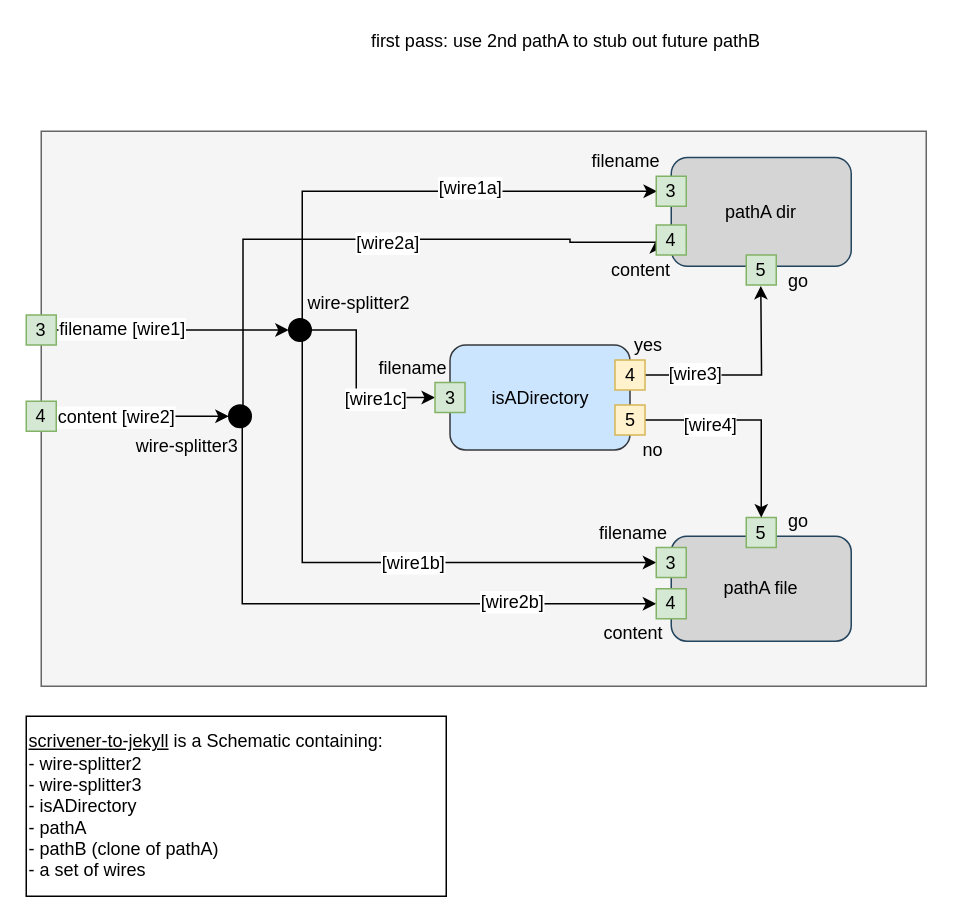
The draw.io diagram page "scrivener-to-jekyll" (1 of 8) of Implementation-Scrivener-to-Jekyll.drawio in guitarvydas/scrivener-to-jekyll, before the edit. Source tidied: cells renumbered, new cells numbered last; positions are measured from the earlier drawing's top-left corner, leaving out a move shared by most shapes. Both pictures are drawn from the tidied source at 150%, with x=0, y=0 at pixel (26, 26).
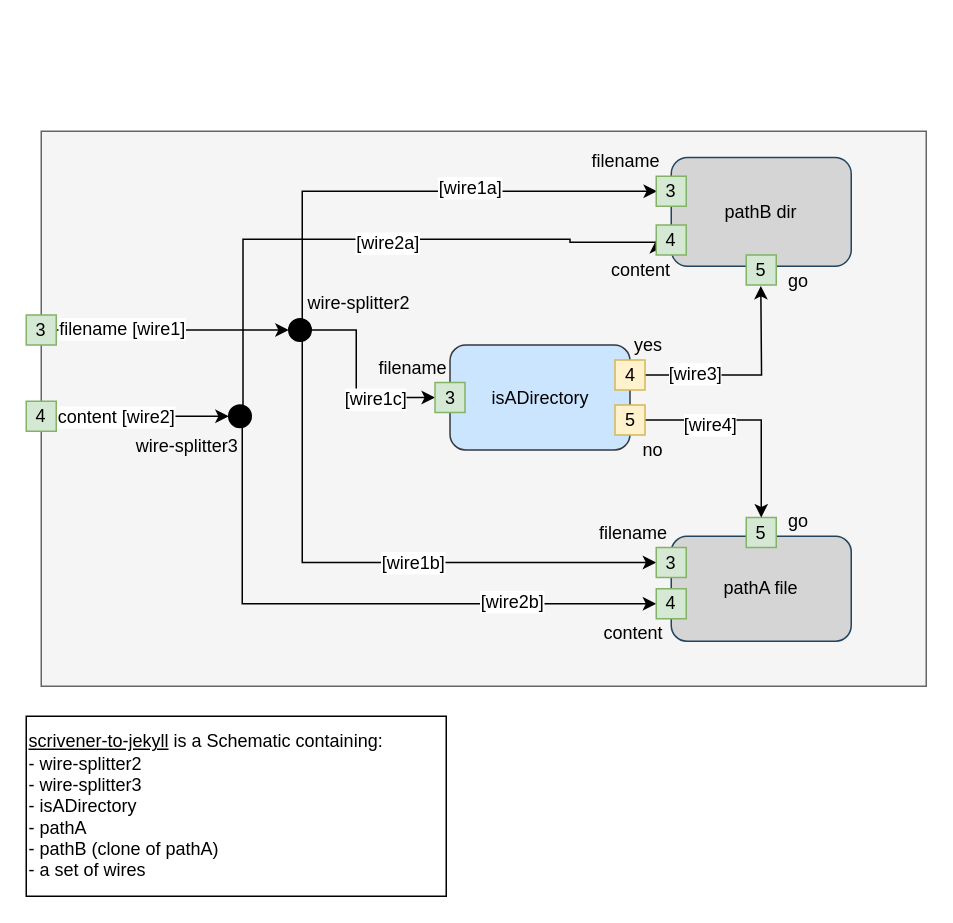
After the change.

What changed in the source:
```diff
@@
-    <mxCell id="41" value="pathA dir" style="rounded=1;whiteSpace=wrap;html=1;fillColor=#D5D5D5;align=center;strokeColor=#23445d;" parent="1" vertex="1">
+    <mxCell id="41" value="pathB dir" style="rounded=1;whiteSpace=wrap;html=1;fillColor=#D5D5D5;align=center;strokeColor=#23445d;" parent="1" vertex="1">
       <mxGeometry x="430" y="87.5" width="120" height="72.5" as="geometry" />
     </mxCell>
@@
-    <mxCell id="48" value="first pass: use 2nd pathA to stub out future pathB" style="text;html=1;strokeColor=none;fillColor=none;align=center;verticalAlign=middle;whiteSpace=wrap;rounded=0;" parent="1" vertex="1">
-      <mxGeometry x="120" width="480" height="20" as="geometry" />
-    </mxCell>
```
